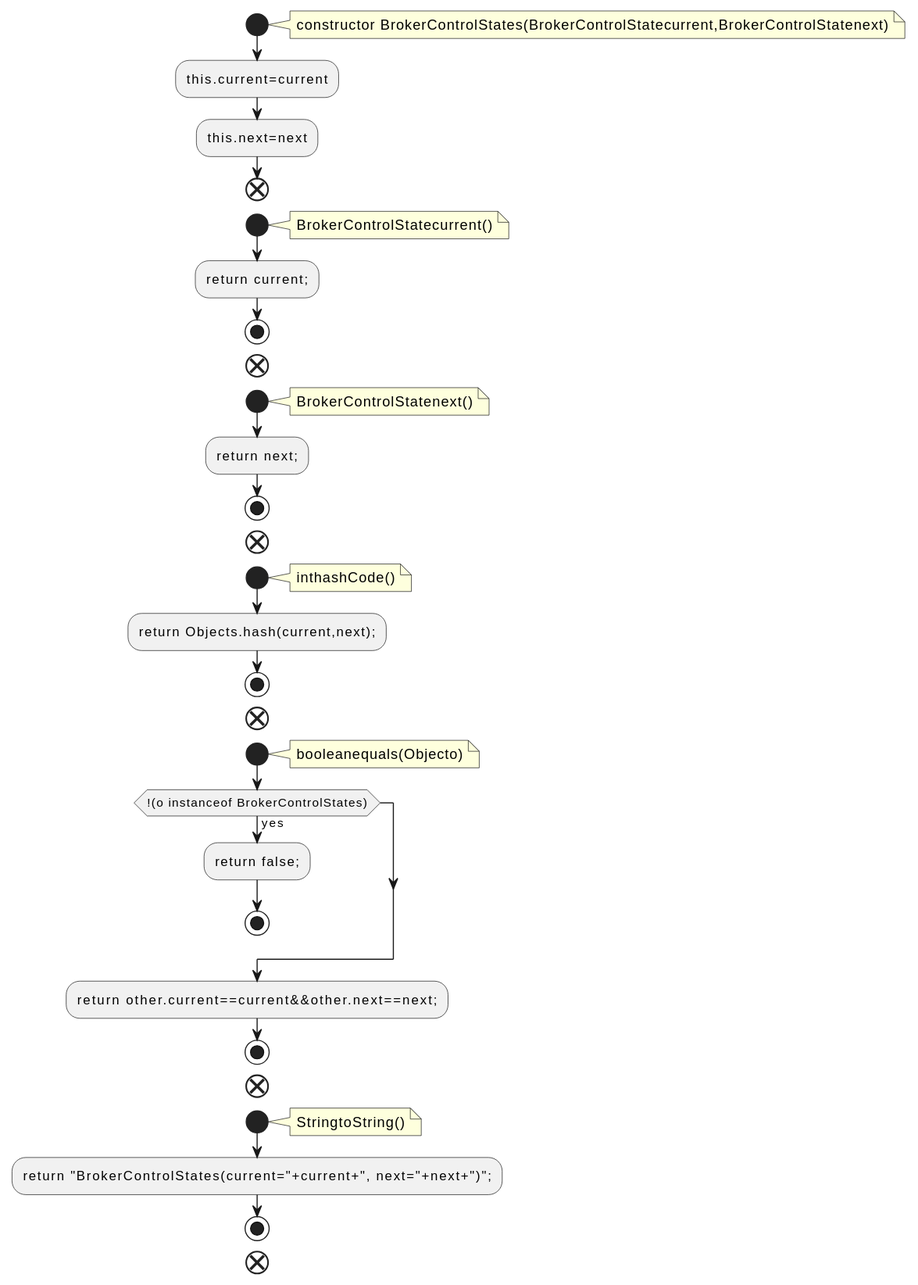
Before: docs/qc/metadata/src/main/java/org/apache/kafka/controller/BrokerControlStates.java.fct.svg, a diagram exported from PlantUML (qualitesys/kafka). Source of this version:
```plantuml
@startuml
!pragma layout smetana
start
note right
constructor BrokerControlStates(BrokerControlStatecurrent,BrokerControlStatenext)
end note
:this.current=current;
:this.next=next;
end
start
note right
BrokerControlStatecurrent()
end note
:return current;;
stop
end
start
note right
BrokerControlStatenext()
end note
:return next;;
stop
end
start
note right
inthashCode()
end note
:return Objects.hash(current,next);;
stop
end
start
note right
booleanequals(Objecto)
end note
if (!(o instanceof BrokerControlStates)) then (yes)
:return false;;
stop
endif
:return other.current==current&&other.next==next;;
stop
end
start
note right
StringtoString()
end note
:return "BrokerControlStates(current="+current+", next="+next+")";;
stop
end
@enduml
```
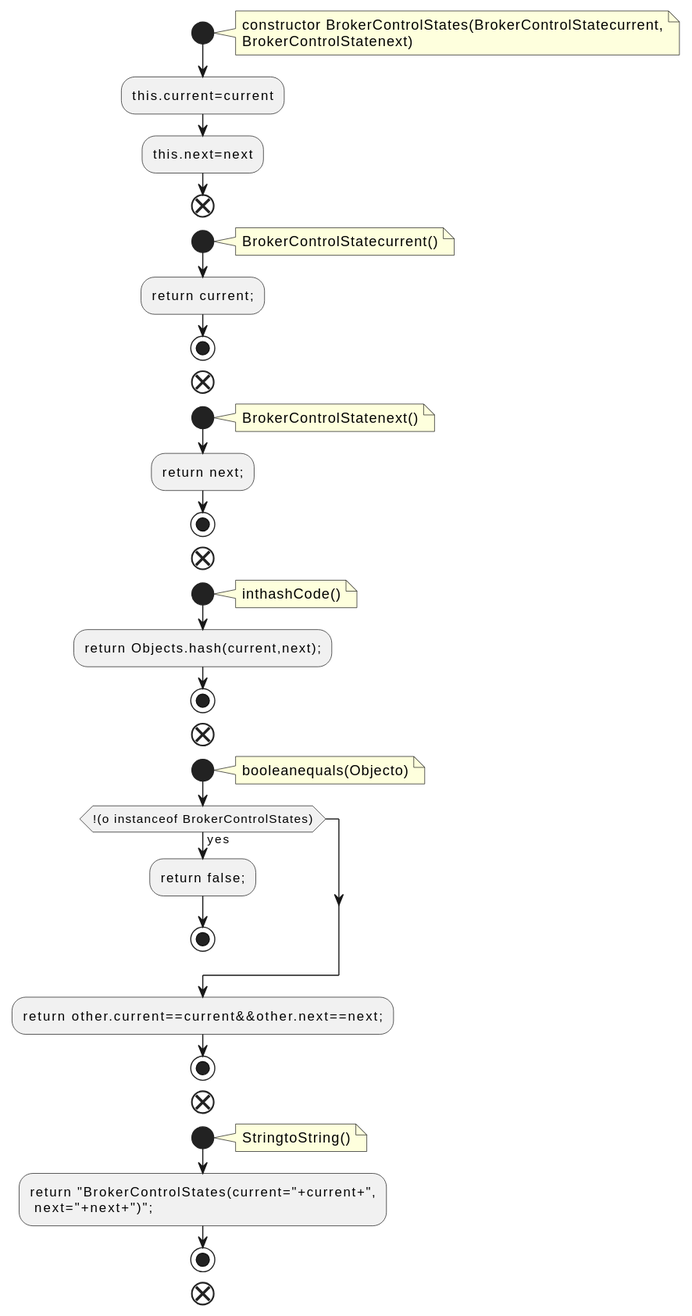
The same file after the commit.

Change to the diagram source:
```diff
@@ -2,7 +2,8 @@
 !pragma layout smetana
 start
 note right
-constructor BrokerControlStates(BrokerControlStatecurrent,BrokerControlStatenext)
+constructor BrokerControlStates(BrokerControlStatecurrent,
+BrokerControlStatenext)
 end note
 :this.current=current;
 :this.next=next;
@@ -43,7 +44,8 @@
 note right
 StringtoString()
 end note
-:return "BrokerControlStates(current="+current+", next="+next+")";;
+:return "BrokerControlStates(current="+current+",
+ next="+next+")";;
 stop
 end
 @enduml
```
